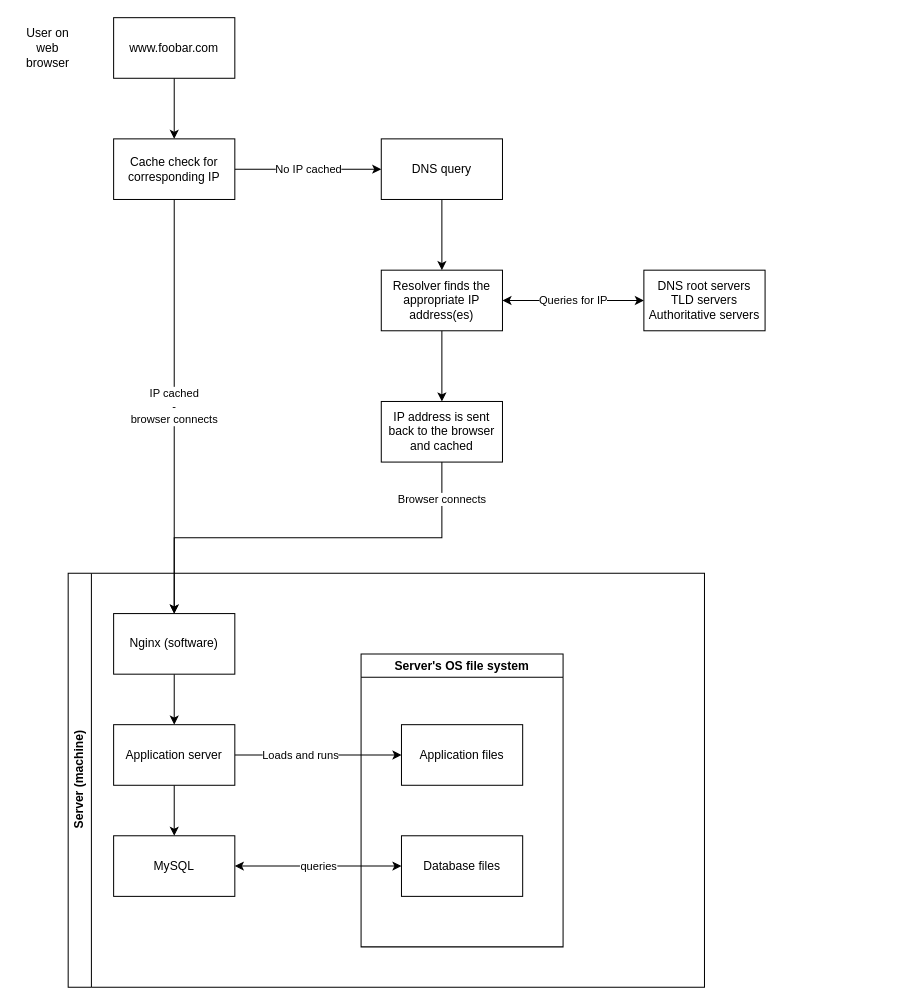
The draw.io diagram web_infrastructure_design/0-simple_web_stack.drawio in jmitchell35/holbertonschool-system_engineering-devops, before the edit. Source tidied: cells renumbered, new cells numbered last; positions are measured from the earlier drawing's top-left corner, leaving out a move shared by most shapes. Both pictures are drawn from the tidied source at 101%, with x=0, y=0 at pixel (17, 17).
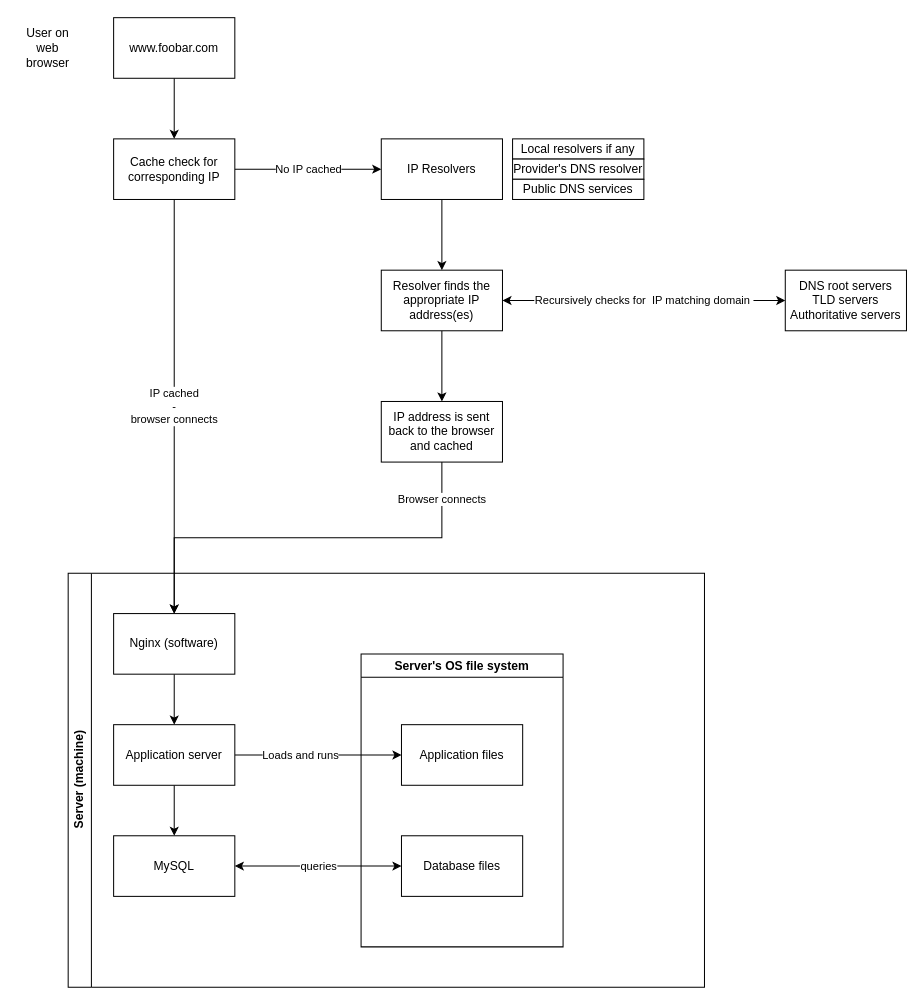
Above is the later version.

Commit message:
Making resolving process clearer

Unchanged cells that the change refers to:
```xml
<mxCell id="12" value="Resolver finds the appropriate IP address(es)" style="rounded=0;whiteSpace=wrap;html=1;" parent="1" vertex="1">
  <mxGeometry x="360" y="250" width="120" height="60" as="geometry" />
</mxCell>
```

Diff of the diagram source:
```diff
@@
-    <mxCell id="9" value="DNS query" style="rounded=0;whiteSpace=wrap;html=1;" parent="1" vertex="1">
+    <mxCell id="9" value="IP Resolvers" style="rounded=0;whiteSpace=wrap;html=1;" parent="1" vertex="1">
       <mxGeometry x="360" y="120" width="120" height="60" as="geometry" />
     </mxCell>
@@
-    <mxCell id="11" value="Queries for IP" style="edgeStyle=orthogonalEdgeStyle;rounded=0;jettySize=auto;html=1;exitX=1;exitY=0.5;exitDx=0;exitDy=0;entryX=0;entryY=0.5;entryDx=0;entryDy=0;startArrow=classic;startFill=1;" parent="1" edge="1" source="12" target="15">
+    <mxCell id="11" value="Recursively checks for&amp;nbsp; IP matching domain&amp;nbsp;" style="edgeStyle=orthogonalEdgeStyle;rounded=0;jettySize=auto;html=1;exitX=1;exitY=0.5;exitDx=0;exitDy=0;entryX=0;entryY=0.5;entryDx=0;entryDy=0;startArrow=classic;startFill=1;" parent="1" edge="1" source="12" target="15">
       <mxGeometry relative="1" as="geometry" />
     </mxCell>
@@
     <mxCell id="15" value="DNS root servers&lt;br&gt;TLD servers&lt;div&gt;Authoritative servers&lt;/div&gt;" style="rounded=0;whiteSpace=wrap;html=1;" parent="1" vertex="1">
-      <mxGeometry x="620" y="250" width="120" height="60" as="geometry" />
+      <mxGeometry x="760" y="250" width="120" height="60" as="geometry" />
     </mxCell>
@@
+    <mxCell id="27" value="Local resolvers if any" style="rounded=0;whiteSpace=wrap;html=1;" parent="1" vertex="1">
+      <mxGeometry x="490" y="120" width="130" height="20" as="geometry" />
+    </mxCell>
+    <mxCell id="28" value="Provider's DNS resolver" style="rounded=0;whiteSpace=wrap;html=1;" parent="1" vertex="1">
+      <mxGeometry x="490" y="140" width="130" height="20" as="geometry" />
+    </mxCell>
+    <mxCell id="29" value="Public DNS services" style="rounded=0;whiteSpace=wrap;html=1;" parent="1" vertex="1">
+      <mxGeometry x="490" y="160" width="130" height="20" as="geometry" />
+    </mxCell>
```
